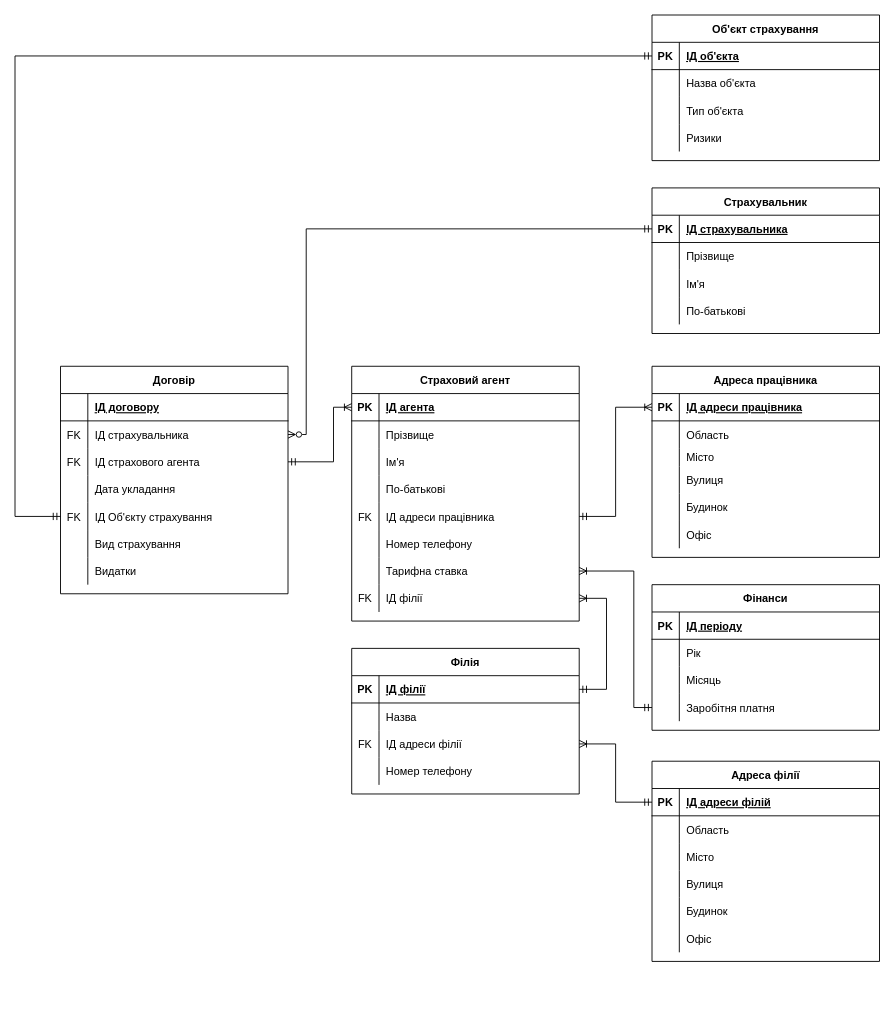
Earlier version of the draw.io diagram Бази даних/Лабораторна робота 1/ER-діаграма.drawio (DmytroZamkovyi/3-sem). Source tidied: cells renumbered, new cells numbered last; positions are measured from the earlier drawing's top-left corner, leaving out a move shared by most shapes. Both pictures are drawn from the tidied source at 91%, with x=0, y=0 at pixel (15, 15).
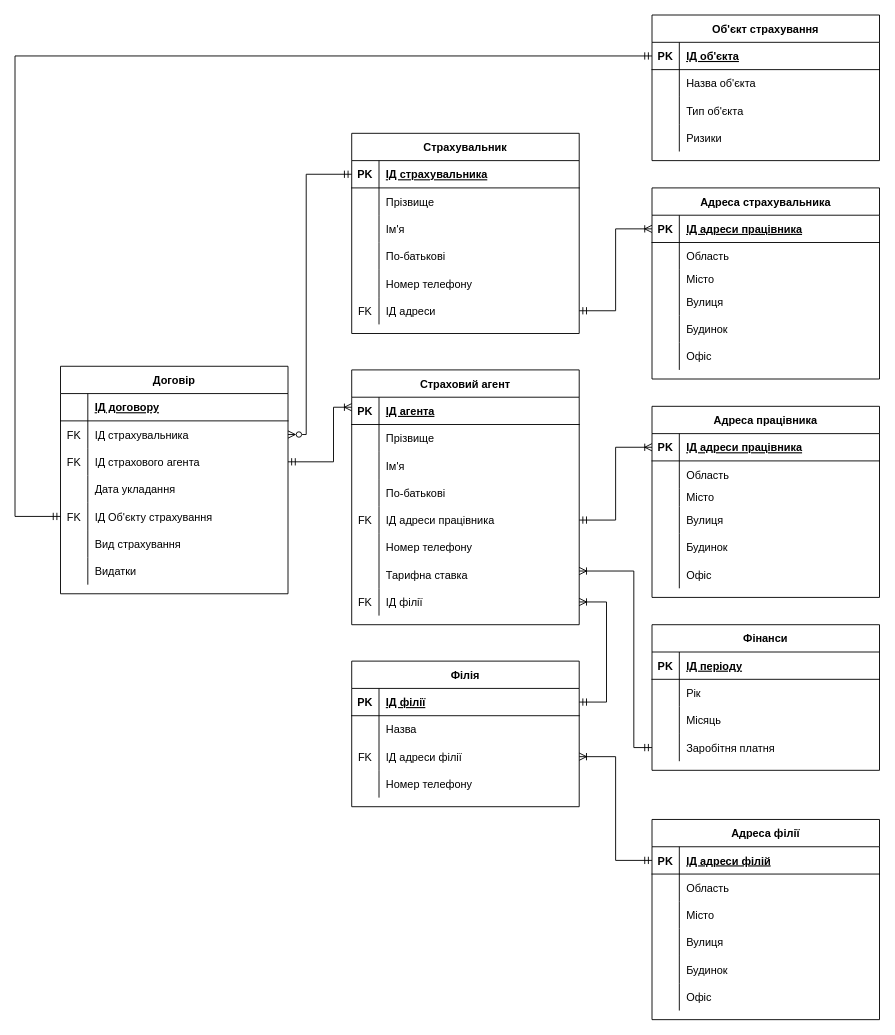
After the change.

Unchanged cells that the change refers to:
```xml
<mxCell id="24" style="shape=partialRectangle;fillColor=none;points=[[0,0.5],[1,0.5]];portConstraint=eastwest;top=0;left=0;right=0;bottom=0;" parent="2" vertex="1">
  <mxGeometry y="240" width="250" height="30" as="geometry" />
</mxCell>
<mxCell id="37" style="shape=partialRectangle;fillColor=none;points=[[0,0.5],[1,0.5]];portConstraint=eastwest;top=0;left=0;right=0;bottom=0;" parent="27" vertex="1">
  <mxGeometry y="120" width="250" height="30" as="geometry" />
</mxCell>
<mxCell id="41" style="shape=partialRectangle;fillColor=none;points=[[0,0.5],[1,0.5]];portConstraint=eastwest;top=0;left=0;right=0;bottom=1;" parent="40" vertex="1">
  <mxGeometry y="30" width="250" height="30" as="geometry" />
</mxCell>
<mxCell id="60" style="shape=partialRectangle;fillColor=none;points=[[0,0.5],[1,0.5]];portConstraint=eastwest;top=0;left=0;right=0;bottom=1;" parent="59" vertex="1">
  <mxGeometry y="30" width="250" height="30" as="geometry" />
</mxCell>
<mxCell id="73" style="shape=partialRectangle;fillColor=none;points=[[0,0.5],[1,0.5]];portConstraint=eastwest;top=0;left=0;right=0;bottom=1;" parent="72" vertex="1">
  <mxGeometry y="30" width="250" height="30" as="geometry" />
</mxCell>
<mxCell id="79" style="shape=partialRectangle;fillColor=none;points=[[0,0.5],[1,0.5]];portConstraint=eastwest;top=0;left=0;right=0;bottom=0;" parent="72" vertex="1">
  <mxGeometry y="90" width="250" height="30" as="geometry" />
</mxCell>
<mxCell id="89" style="shape=partialRectangle;fillColor=none;points=[[0,0.5],[1,0.5]];portConstraint=eastwest;top=0;left=0;right=0;bottom=0;" parent="85" vertex="1">
  <mxGeometry y="60" width="250" height="30" as="geometry" />
</mxCell>
```

Change to the diagram source:
```diff
@@
     <mxCell id="2" value="Страховий агент" style="shape=table;startSize=30;childLayout=tableLayout;rowLines=0;fontStyle=1;align=center;" parent="1" vertex="1">
-      <mxGeometry x="370" y="386" width="250" height="280" as="geometry" />
+      <mxGeometry x="370" y="390" width="250" height="280" as="geometry" />
     </mxCell>
@@
     <mxCell id="27" value="Фінанси" style="shape=table;startSize=30;childLayout=tableLayout;rowLines=0;fontStyle=1;align=center;" parent="1" vertex="1">
-      <mxGeometry x="700" y="626" width="250" height="160" as="geometry" />
+      <mxGeometry x="700" y="670" width="250" height="160" as="geometry" />
     </mxCell>
@@
     <mxCell id="40" value="Адреса філії" style="shape=table;startSize=30;childLayout=tableLayout;rowLines=0;fontStyle=1;align=center;" parent="1" vertex="1">
-      <mxGeometry x="700" y="820" width="250" height="220" as="geometry" />
+      <mxGeometry x="700" y="884" width="250" height="220" as="geometry" />
     </mxCell>
@@
     <mxCell id="59" value="Страхувальник" style="shape=table;startSize=30;childLayout=tableLayout;rowLines=0;fontStyle=1;align=center;" parent="1" vertex="1">
-      <mxGeometry x="700" y="190" width="250" height="160" as="geometry" />
+      <mxGeometry x="370" y="130" width="250" height="220" as="geometry" />
     </mxCell>
@@
+    <mxCell id="146" style="shape=partialRectangle;fillColor=none;top=0;left=0;right=0;bottom=0;" parent="59" vertex="1">
+      <mxGeometry y="150" width="250" height="30" as="geometry" />
+    </mxCell>
+    <mxCell id="147" style="shape=partialRectangle;overflow=hidden;fillColor=none;top=0;left=0;bottom=0;right=0;" parent="146" vertex="1">
+      <mxGeometry width="30" height="30" as="geometry" />
+    </mxCell>
+    <mxCell id="148" value="Номер телефону" style="shape=partialRectangle;overflow=hidden;fillColor=none;top=0;left=0;bottom=0;right=0;align=left;spacingLeft=6;" parent="146" vertex="1">
+      <mxGeometry x="30" width="220" height="30" as="geometry" />
+    </mxCell>
+    <mxCell id="149" style="shape=partialRectangle;fillColor=none;points=[[0,0.5],[1,0.5]];portConstraint=eastwest;top=0;left=0;right=0;bottom=0;" parent="59" vertex="1">
+      <mxGeometry y="180" width="250" height="30" as="geometry" />
+    </mxCell>
+    <mxCell id="150" value="FK" style="shape=partialRectangle;overflow=hidden;fillColor=none;top=0;left=0;bottom=0;right=0;" parent="149" vertex="1">
+      <mxGeometry width="30" height="30" as="geometry" />
+    </mxCell>
+    <mxCell id="151" value="ІД адреси" style="shape=partialRectangle;overflow=hidden;fillColor=none;top=0;left=0;bottom=0;right=0;align=left;spacingLeft=6;" parent="149" vertex="1">
+      <mxGeometry x="30" width="220" height="30" as="geometry" />
+    </mxCell>
     <mxCell id="72" value="Філія" style="shape=table;startSize=30;childLayout=tableLayout;rowLines=0;fontStyle=1;align=center;" parent="1" vertex="1">
-      <mxGeometry x="370" y="696" width="250" height="160" as="geometry" />
+      <mxGeometry x="370" y="710" width="250" height="160" as="geometry" />
     </mxCell>
@@
     <mxCell id="107" style="edgeStyle=orthogonalEdgeStyle;rounded=0;jettySize=auto;html=1;exitX=1;exitY=0.5;exitDx=0;exitDy=0;startArrow=ERoneToMany;startFill=0;endArrow=ERmandOne;endFill=0;entryX=0;entryY=0.5;entryDx=0;entryDy=0;" parent="1" edge="1" source="79" target="41">
       <mxGeometry relative="1" as="geometry">
         <Array as="points">
-          <mxPoint x="660" y="801" />
-          <mxPoint x="660" y="865" />
+          <mxPoint x="660" y="815" />
+          <mxPoint x="660" y="929" />
         </Array>
       </mxGeometry>
     </mxCell>
     <mxCell id="108" style="edgeStyle=orthogonalEdgeStyle;rounded=0;jettySize=auto;html=1;entryX=1;entryY=0.5;entryDx=0;entryDy=0;startArrow=ERmandOne;startFill=0;endArrow=ERzeroToMany;endFill=0;exitX=0;exitY=0.5;exitDx=0;exitDy=0;" parent="1" edge="1" source="60" target="89">
       <mxGeometry relative="1" as="geometry">
         <Array as="points">
-          <mxPoint x="320" y="235" />
+          <mxPoint x="320" y="175" />
           <mxPoint x="320" y="461" />
         </Array>
       </mxGeometry>
     </mxCell>
@@
-    <mxCell id="110" style="edgeStyle=orthogonalEdgeStyle;rounded=0;jettySize=auto;html=1;entryX=1;entryY=0.5;entryDx=0;entryDy=0;startArrow=ERoneToMany;startFill=0;endArrow=ERmandOne;endFill=0;exitX=1;exitY=0.5;exitDx=0;exitDy=0;" parent="1" edge="1" source="24" target="73">
+    <mxCell id="110" style="edgeStyle=orthogonalEdgeStyle;rounded=0;jettySize=auto;html=1;startArrow=ERoneToMany;startFill=0;endArrow=ERmandOne;endFill=0;exitX=1;exitY=0.5;exitDx=0;exitDy=0;" parent="1" edge="1" source="24" target="73">
       <mxGeometry relative="1" as="geometry">
         <Array as="points">
-          <mxPoint x="650" y="641" />
-          <mxPoint x="650" y="741" />
+          <mxPoint x="650" y="645" />
+          <mxPoint x="650" y="755" />
         </Array>
       </mxGeometry>
     </mxCell>
     <mxCell id="111" style="edgeStyle=orthogonalEdgeStyle;rounded=0;jettySize=auto;html=1;startArrow=ERoneToMany;startFill=0;endArrow=ERmandOne;endFill=0;entryX=0;entryY=0.5;entryDx=0;entryDy=0;exitX=1;exitY=0.5;exitDx=0;exitDy=0;" parent="1" edge="1" target="37">
       <mxGeometry relative="1" as="geometry">
         <mxPoint x="620" y="611" as="sourcePoint" />
         <Array as="points">
           <mxPoint x="680" y="611" />
-          <mxPoint x="680" y="761" />
+          <mxPoint x="680" y="805" />
         </Array>
       </mxGeometry>
     </mxCell>
     <mxCell id="112" value="Адреса працівника" style="shape=table;startSize=30;childLayout=tableLayout;rowLines=0;fontStyle=1;align=center;" parent="1" vertex="1">
-      <mxGeometry x="700" y="386" width="250" height="210" as="geometry" />
+      <mxGeometry x="700" y="430" width="250" height="210" as="geometry" />
     </mxCell>
@@
+    <mxCell id="152" value="Адреса страхувальника" style="shape=table;startSize=30;childLayout=tableLayout;rowLines=0;fontStyle=1;align=center;" parent="1" vertex="1">
+      <mxGeometry x="700" y="190" width="250" height="210" as="geometry" />
+    </mxCell>
+    <mxCell id="153" style="shape=partialRectangle;fillColor=none;points=[[0,0.5],[1,0.5]];portConstraint=eastwest;top=0;left=0;right=0;bottom=1;" parent="152" vertex="1">
+      <mxGeometry y="30" width="250" height="30" as="geometry" />
+    </mxCell>
+    <mxCell id="154" value="PK" style="shape=partialRectangle;overflow=hidden;fillColor=none;top=0;left=0;bottom=0;right=0;fontStyle=1;" parent="153" vertex="1">
+      <mxGeometry width="30" height="30" as="geometry" />
+    </mxCell>
+    <mxCell id="155" value="ІД адреси працівника" style="shape=partialRectangle;overflow=hidden;fillColor=none;top=0;left=0;bottom=0;right=0;align=left;spacingLeft=6;fontStyle=5;" parent="153" vertex="1">
+      <mxGeometry x="30" width="220" height="30" as="geometry" />
+    </mxCell>
+    <mxCell id="156" style="shape=partialRectangle;fillColor=none;top=0;left=0;right=0;bottom=0;" parent="152" vertex="1">
+      <mxGeometry y="60" width="250" height="30" as="geometry" />
+    </mxCell>
+    <mxCell id="157" style="shape=partialRectangle;overflow=hidden;fillColor=none;top=0;left=0;bottom=0;right=0;" parent="156" vertex="1">
+      <mxGeometry width="30" height="30" as="geometry" />
+    </mxCell>
+    <mxCell id="158" value="Область" style="shape=partialRectangle;overflow=hidden;fillColor=none;top=0;left=0;bottom=0;right=0;align=left;spacingLeft=6;" parent="156" vertex="1">
+      <mxGeometry x="30" width="220" height="30" as="geometry" />
+    </mxCell>
+    <mxCell id="159" style="shape=partialRectangle;fillColor=none;top=0;left=0;right=0;bottom=0;" parent="152" vertex="1">
+      <mxGeometry y="90" width="250" height="20" as="geometry" />
+    </mxCell>
+    <mxCell id="160" style="shape=partialRectangle;overflow=hidden;fillColor=none;top=0;left=0;bottom=0;right=0;" parent="159" vertex="1">
+      <mxGeometry width="30" height="20" as="geometry" />
+    </mxCell>
+    <mxCell id="161" value="Місто" style="shape=partialRectangle;overflow=hidden;fillColor=none;top=0;left=0;bottom=0;right=0;align=left;spacingLeft=6;" parent="159" vertex="1">
+      <mxGeometry x="30" width="220" height="20" as="geometry" />
+    </mxCell>
+    <mxCell id="162" style="shape=partialRectangle;fillColor=none;top=0;left=0;right=0;bottom=0;" parent="152" vertex="1">
+      <mxGeometry y="110" width="250" height="30" as="geometry" />
+    </mxCell>
+    <mxCell id="163" style="shape=partialRectangle;overflow=hidden;fillColor=none;top=0;left=0;bottom=0;right=0;" parent="162" vertex="1">
+      <mxGeometry width="30" height="30" as="geometry" />
+    </mxCell>
+    <mxCell id="164" value="Вулиця" style="shape=partialRectangle;overflow=hidden;fillColor=none;top=0;left=0;bottom=0;right=0;align=left;spacingLeft=6;" parent="162" vertex="1">
+      <mxGeometry x="30" width="220" height="30" as="geometry" />
+    </mxCell>
+    <mxCell id="165" style="shape=partialRectangle;fillColor=none;top=0;left=0;right=0;bottom=0;" parent="152" vertex="1">
+      <mxGeometry y="140" width="250" height="30" as="geometry" />
+    </mxCell>
+    <mxCell id="166" style="shape=partialRectangle;overflow=hidden;fillColor=none;top=0;left=0;bottom=0;right=0;" parent="165" vertex="1">
+      <mxGeometry width="30" height="30" as="geometry" />
+    </mxCell>
+    <mxCell id="167" value="Будинок" style="shape=partialRectangle;overflow=hidden;fillColor=none;top=0;left=0;bottom=0;right=0;align=left;spacingLeft=6;" parent="165" vertex="1">
+      <mxGeometry x="30" width="220" height="30" as="geometry" />
+    </mxCell>
+    <mxCell id="168" style="shape=partialRectangle;fillColor=none;top=0;left=0;right=0;bottom=0;" parent="152" vertex="1">
+      <mxGeometry y="170" width="250" height="30" as="geometry" />
+    </mxCell>
+    <mxCell id="169" style="shape=partialRectangle;overflow=hidden;fillColor=none;top=0;left=0;bottom=0;right=0;" parent="168" vertex="1">
+      <mxGeometry width="30" height="30" as="geometry" />
+    </mxCell>
+    <mxCell id="170" value="Офіс" style="shape=partialRectangle;overflow=hidden;fillColor=none;top=0;left=0;bottom=0;right=0;align=left;spacingLeft=6;" parent="168" vertex="1">
+      <mxGeometry x="30" width="220" height="30" as="geometry" />
+    </mxCell>
+    <mxCell id="171" style="edgeStyle=orthogonalEdgeStyle;rounded=0;jettySize=auto;html=1;startArrow=ERmandOne;startFill=0;endArrow=ERoneToMany;endFill=0;exitX=1;exitY=0.5;exitDx=0;exitDy=0;entryX=0;entryY=0.5;entryDx=0;entryDy=0;" parent="1" edge="1" source="149" target="153">
+      <mxGeometry relative="1" as="geometry" />
+    </mxCell>
```
